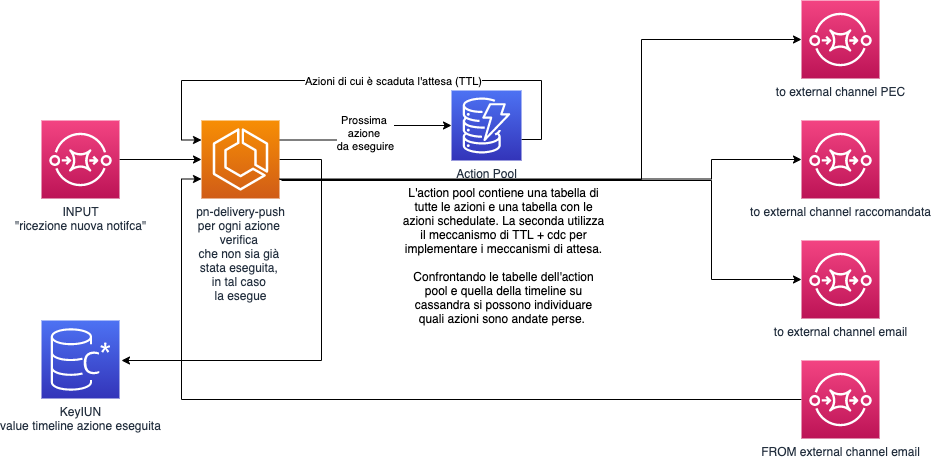
Above: docs/PnDeliveryPush.png in pagopa/pn-delivery-push (draw.io), before the change. Source tidied: cells renumbered, new cells last; positions are measured from the earlier drawing's top-left corner, leaving out a move shared by most shapes.
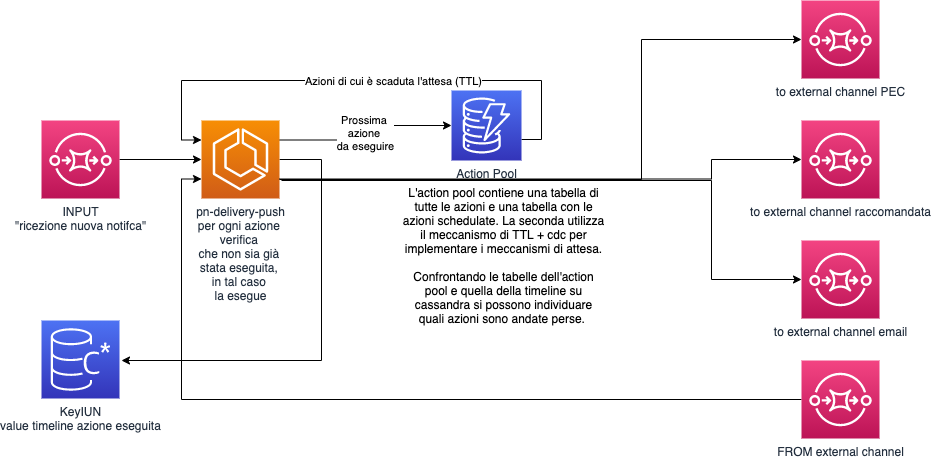
The same file after the commit.

What changed in the source:
```diff
@@ -62,7 +62,7 @@
     <mxCell id="14" style="edgeStyle=orthogonalEdgeStyle;rounded=0;jettySize=auto;html=1;entryX=0;entryY=0.75;entryDx=0;entryDy=0;entryPerimeter=0;" parent="1" edge="1" source="15" target="7">
       <mxGeometry relative="1" as="geometry" />
     </mxCell>
-    <mxCell id="15" value="FROM external channel email" style="points=[[0,0,0],[0.25,0,0],[0.5,0,0],[0.75,0,0],[1,0,0],[0,1,0],[0.25,1,0],[0.5,1,0],[0.75,1,0],[1,1,0],[0,0.25,0],[0,0.5,0],[0,0.75,0],[1,0.25,0],[1,0.5,0],[1,0.75,0]];outlineConnect=0;fontColor=#232F3E;gradientColor=#F34482;gradientDirection=north;fillColor=#BC1356;strokeColor=#ffffff;dashed=0;verticalLabelPosition=bottom;verticalAlign=top;align=center;html=1;fontSize=12;fontStyle=0;shape=mxgraph.aws4.resourceIcon;resIcon=mxgraph.aws4.sqs;" parent="1" vertex="1">
+    <mxCell id="15" value="FROM external channel" style="points=[[0,0,0],[0.25,0,0],[0.5,0,0],[0.75,0,0],[1,0,0],[0,1,0],[0.25,1,0],[0.5,1,0],[0.75,1,0],[1,1,0],[0,0.25,0],[0,0.5,0],[0,0.75,0],[1,0.25,0],[1,0.5,0],[1,0.75,0]];outlineConnect=0;fontColor=#232F3E;gradientColor=#F34482;gradientDirection=north;fillColor=#BC1356;strokeColor=#ffffff;dashed=0;verticalLabelPosition=bottom;verticalAlign=top;align=center;html=1;fontSize=12;fontStyle=0;shape=mxgraph.aws4.resourceIcon;resIcon=mxgraph.aws4.sqs;" parent="1" vertex="1">
       <mxGeometry x="760" y="360" width="78" height="78" as="geometry" />
     </mxCell>
     <mxCell id="16" value="KeyIUN&lt;br&gt;value timeline azione eseguita" style="fontColor=#232F3E;gradientColor=#4D72F3;gradientDirection=north;fillColor=#3334B9;strokeColor=#ffffff;dashed=0;verticalLabelPosition=bottom;verticalAlign=top;align=center;html=1;fontSize=12;fontStyle=0;shape=mxgraph.aws4.resourceIcon;resIcon=mxgraph.aws4.managed_apache_cassandra_service;" parent="1" vertex="1">
```
